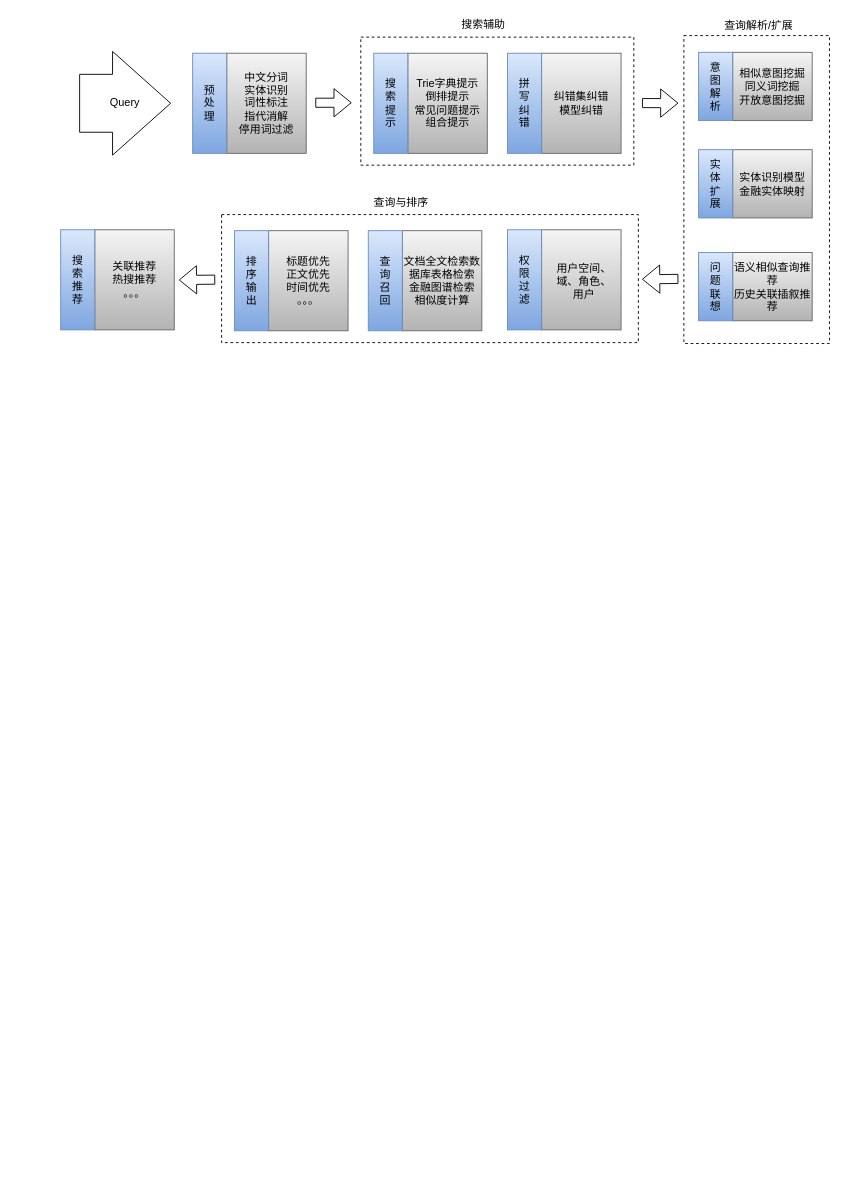
Earlier version of the draw.io diagram nlp/QA.drawio (MMMLMF/notes). Source tidied: cells renumbered, new cells numbered last; positions are measured from the earlier drawing's top-left corner, leaving out a move shared by most shapes. Both pictures are drawn from the tidied source at 91%, with x=0, y=0 at pixel (55, 15).
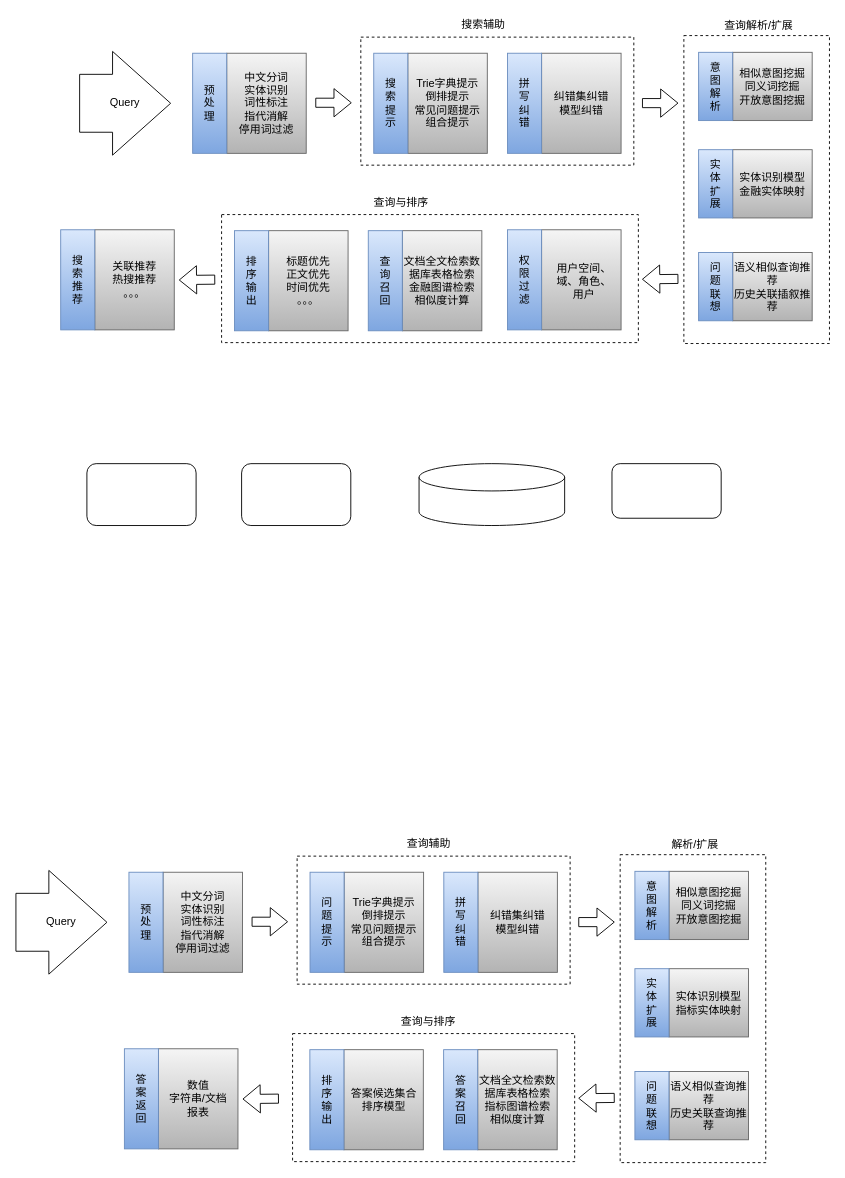
Above is the later version.

What changed in the source:
```diff
@@
+    <mxCell id="63" style="rounded=0;whiteSpace=wrap;html=1;shadow=0;fillColor=none;dashed=1;" parent="1" vertex="1">
+      <mxGeometry x="621" y="921.7" width="160" height="338.4" as="geometry" />
+    </mxCell>
@@
+    <mxCell id="64" style="group;" parent="1" vertex="1">
+      <mxGeometry x="75" y="941" width="145" height="110" as="geometry" />
+    </mxCell>
+    <mxCell id="65" style="rounded=0;whiteSpace=wrap;html=1;shadow=0;gradientColor=#b3b3b3;fillColor=#f5f5f5;strokeColor=#666666;" parent="64" vertex="1">
+      <mxGeometry x="43.7" width="87.3" height="110" as="geometry" />
+    </mxCell>
+    <mxCell id="66" style="rounded=0;whiteSpace=wrap;html=1;shadow=0;fillColor=#dae8fc;strokeColor=#6c8ebf;gradientColor=#7ea6e0;" parent="64" vertex="1">
+      <mxGeometry x="6.2" width="37.4" height="110" as="geometry" />
+    </mxCell>
+    <mxCell id="67" value="预处理" style="text;html=1;strokeColor=none;fillColor=none;align=center;verticalAlign=middle;whiteSpace=wrap;rounded=0;shadow=0;" parent="64" vertex="1">
+      <mxGeometry x="19.9" y="39.3" width="10.1" height="31.4" as="geometry" />
+    </mxCell>
+    <mxCell id="68" value="中文分词&lt;br&gt;实体识别&lt;br&gt;词性标注&lt;br&gt;指代消解&lt;br&gt;停用词过滤" style="text;html=1;strokeColor=none;fillColor=none;align=center;verticalAlign=middle;whiteSpace=wrap;rounded=0;shadow=0;" parent="64" vertex="1">
+      <mxGeometry x="41.1" y="45" width="92.5" height="20" as="geometry" />
+    </mxCell>
+    <mxCell id="69" style="rounded=1;whiteSpace=wrap;html=1;shadow=0;fillColor=none;" parent="1" vertex="1">
+      <mxGeometry x="35" y="492" width="120" height="68" as="geometry" />
+    </mxCell>
+    <mxCell id="70" style="group;" parent="1" vertex="1">
+      <mxGeometry x="274" y="941" width="290" height="120" as="geometry" />
+    </mxCell>
+    <mxCell id="71" style="rounded=0;whiteSpace=wrap;html=1;shadow=0;fillColor=none;dashed=1;" parent="70" vertex="1">
+      <mxGeometry x="-8" y="-17.7" width="300" height="140.7" as="geometry" />
+    </mxCell>
+    <mxCell id="72" style="rounded=0;whiteSpace=wrap;html=1;shadow=0;gradientColor=#b3b3b3;fillColor=#f5f5f5;strokeColor=#666666;" parent="70" vertex="1">
+      <mxGeometry x="43.7" width="87.3" height="110" as="geometry" />
+    </mxCell>
+    <mxCell id="73" style="rounded=0;whiteSpace=wrap;html=1;shadow=0;fillColor=#dae8fc;strokeColor=#6c8ebf;gradientColor=#7ea6e0;" parent="70" vertex="1">
+      <mxGeometry x="6.2" width="37.4" height="110" as="geometry" />
+    </mxCell>
+    <mxCell id="74" value="问题提示" style="text;html=1;strokeColor=none;fillColor=none;align=center;verticalAlign=middle;whiteSpace=wrap;rounded=0;shadow=0;" parent="70" vertex="1">
+      <mxGeometry x="14.9" y="39.3" width="20" height="31.4" as="geometry" />
+    </mxCell>
+    <mxCell id="75" value="Trie字典提示&lt;br&gt;倒排提示&lt;br&gt;常见问题提示&lt;br&gt;组合提示" style="text;html=1;strokeColor=none;fillColor=none;align=center;verticalAlign=middle;whiteSpace=wrap;rounded=0;shadow=0;" parent="70" vertex="1">
+      <mxGeometry x="41.1" y="45" width="92.5" height="20" as="geometry" />
+    </mxCell>
+    <mxCell id="76" style="rounded=1;whiteSpace=wrap;html=1;shadow=0;fillColor=none;" parent="1" vertex="1">
+      <mxGeometry x="205" y="492" width="120" height="68" as="geometry" />
+    </mxCell>
+    <mxCell id="77" style="group;" parent="1" vertex="1">
+      <mxGeometry x="421" y="941" width="145" height="110" as="geometry" />
+    </mxCell>
+    <mxCell id="78" style="rounded=0;whiteSpace=wrap;html=1;shadow=0;gradientColor=#b3b3b3;fillColor=#f5f5f5;strokeColor=#666666;" parent="77" vertex="1">
+      <mxGeometry x="43.7" width="87.3" height="110" as="geometry" />
+    </mxCell>
+    <mxCell id="79" style="rounded=0;whiteSpace=wrap;html=1;shadow=0;fillColor=#dae8fc;strokeColor=#6c8ebf;gradientColor=#7ea6e0;" parent="77" vertex="1">
+      <mxGeometry x="6.2" width="37.4" height="110" as="geometry" />
+    </mxCell>
+    <mxCell id="80" value="拼写纠错" style="text;html=1;strokeColor=none;fillColor=none;align=center;verticalAlign=middle;whiteSpace=wrap;rounded=0;shadow=0;" parent="77" vertex="1">
+      <mxGeometry x="14.9" y="39.3" width="20" height="31.4" as="geometry" />
+    </mxCell>
+    <mxCell id="81" value="纠错集纠错&lt;br&gt;模型纠错" style="text;html=1;strokeColor=none;fillColor=none;align=center;verticalAlign=middle;whiteSpace=wrap;rounded=0;shadow=0;" parent="77" vertex="1">
+      <mxGeometry x="41.1" y="45" width="92.5" height="20" as="geometry" />
+    </mxCell>
+    <mxCell id="82" style="rounded=1;whiteSpace=wrap;html=1;shadow=0;fillColor=none;" parent="1" vertex="1">
+      <mxGeometry x="612" y="492" width="120" height="60" as="geometry" />
+    </mxCell>
+    <mxCell id="83" value="查询辅助" style="text;html=1;strokeColor=none;fillColor=none;align=center;verticalAlign=middle;whiteSpace=wrap;rounded=0;shadow=0;dashed=1;" parent="1" vertex="1">
+      <mxGeometry x="380.5" y="900" width="60" height="20" as="geometry" />
+    </mxCell>
+    <mxCell id="84" style="shape=cylinder3;whiteSpace=wrap;html=1;boundedLbl=1;backgroundOutline=1;size=15;rounded=0;shadow=0;fillColor=none;" parent="1" vertex="1">
+      <mxGeometry x="400" y="492" width="160" height="68" as="geometry" />
+    </mxCell>
+    <mxCell id="85" style="group;" parent="1" vertex="1">
+      <mxGeometry x="631" y="940" width="145" height="75" as="geometry" />
+    </mxCell>
+    <mxCell id="86" style="rounded=0;whiteSpace=wrap;html=1;shadow=0;gradientColor=#b3b3b3;fillColor=#f5f5f5;strokeColor=#666666;" parent="85" vertex="1">
+      <mxGeometry x="43.7" width="87.3" height="75" as="geometry" />
+    </mxCell>
+    <mxCell id="87" style="rounded=0;whiteSpace=wrap;html=1;shadow=0;fillColor=#dae8fc;strokeColor=#6c8ebf;gradientColor=#7ea6e0;" parent="85" vertex="1">
+      <mxGeometry x="6.2" width="37.4" height="75" as="geometry" />
+    </mxCell>
+    <mxCell id="88" value="意图解析" style="text;html=1;strokeColor=none;fillColor=none;align=center;verticalAlign=middle;whiteSpace=wrap;rounded=0;shadow=0;" parent="85" vertex="1">
+      <mxGeometry x="14.9" y="26.8" width="20" height="21.4" as="geometry" />
+    </mxCell>
+    <mxCell id="89" value="相似意图挖掘&lt;br&gt;同义词挖掘&lt;br&gt;开放意图挖掘" style="text;html=1;strokeColor=none;fillColor=none;align=center;verticalAlign=middle;whiteSpace=wrap;rounded=0;shadow=0;" parent="85" vertex="1">
+      <mxGeometry x="41.1" y="30.7" width="92.5" height="13.6" as="geometry" />
+    </mxCell>
+    <mxCell id="90" style="group;" parent="1" vertex="1">
+      <mxGeometry x="631" y="1047" width="145" height="75" as="geometry" />
+    </mxCell>
+    <mxCell id="91" style="rounded=0;whiteSpace=wrap;html=1;shadow=0;gradientColor=#b3b3b3;fillColor=#f5f5f5;strokeColor=#666666;" parent="90" vertex="1">
+      <mxGeometry x="43.7" width="87.3" height="75" as="geometry" />
+    </mxCell>
+    <mxCell id="92" style="rounded=0;whiteSpace=wrap;html=1;shadow=0;fillColor=#dae8fc;strokeColor=#6c8ebf;gradientColor=#7ea6e0;" parent="90" vertex="1">
+      <mxGeometry x="6.2" width="37.4" height="75" as="geometry" />
+    </mxCell>
+    <mxCell id="93" value="实体扩展" style="text;html=1;strokeColor=none;fillColor=none;align=center;verticalAlign=middle;whiteSpace=wrap;rounded=0;shadow=0;" parent="90" vertex="1">
+      <mxGeometry x="14.9" y="26.8" width="20" height="21.4" as="geometry" />
+    </mxCell>
+    <mxCell id="94" value="实体识别模型&lt;br&gt;指标实体映射" style="text;html=1;strokeColor=none;fillColor=none;align=center;verticalAlign=middle;whiteSpace=wrap;rounded=0;shadow=0;" parent="90" vertex="1">
+      <mxGeometry x="41.1" y="30.7" width="92.5" height="13.6" as="geometry" />
+    </mxCell>
+    <mxCell id="95" style="group;" parent="1" vertex="1">
+      <mxGeometry x="631" y="1160" width="145" height="75" as="geometry" />
+    </mxCell>
+    <mxCell id="96" style="rounded=0;whiteSpace=wrap;html=1;shadow=0;gradientColor=#b3b3b3;fillColor=#f5f5f5;strokeColor=#666666;" parent="95" vertex="1">
+      <mxGeometry x="43.7" width="87.3" height="75" as="geometry" />
+    </mxCell>
+    <mxCell id="97" style="rounded=0;whiteSpace=wrap;html=1;shadow=0;fillColor=#dae8fc;strokeColor=#6c8ebf;gradientColor=#7ea6e0;" parent="95" vertex="1">
+      <mxGeometry x="6.2" width="37.4" height="75" as="geometry" />
+    </mxCell>
+    <mxCell id="98" value="问题联想" style="text;html=1;strokeColor=none;fillColor=none;align=center;verticalAlign=middle;whiteSpace=wrap;rounded=0;shadow=0;" parent="95" vertex="1">
+      <mxGeometry x="14.9" y="26.8" width="20" height="21.4" as="geometry" />
+    </mxCell>
+    <mxCell id="99" value="语义相似查询推荐&lt;br&gt;历史关联查询推荐" style="text;html=1;strokeColor=none;fillColor=none;align=center;verticalAlign=middle;whiteSpace=wrap;rounded=0;shadow=0;" parent="95" vertex="1">
+      <mxGeometry x="41.1" y="30.7" width="92.5" height="13.6" as="geometry" />
+    </mxCell>
+    <mxCell id="100" style="group;" parent="1" vertex="1">
+      <mxGeometry x="121" y="1136" width="450" height="123" as="geometry" />
+    </mxCell>
+    <mxCell id="101" style="rounded=0;whiteSpace=wrap;html=1;shadow=0;fillColor=none;dashed=1;" parent="100" vertex="1">
+      <mxGeometry x="140" y="-17.7" width="310" height="140.7" as="geometry" />
+    </mxCell>
+    <mxCell id="102" style="rounded=0;whiteSpace=wrap;html=1;shadow=0;gradientColor=#b3b3b3;fillColor=#f5f5f5;strokeColor=#666666;" parent="100" vertex="1">
+      <mxGeometry x="196.4" width="87.3" height="110" as="geometry" />
+    </mxCell>
+    <mxCell id="103" style="rounded=0;whiteSpace=wrap;html=1;shadow=0;fillColor=#dae8fc;strokeColor=#6c8ebf;gradientColor=#7ea6e0;" parent="100" vertex="1">
+      <mxGeometry x="159" width="37.4" height="110" as="geometry" />
+    </mxCell>
+    <mxCell id="104" value="排序输出" style="text;html=1;strokeColor=none;fillColor=none;align=center;verticalAlign=middle;whiteSpace=wrap;rounded=0;shadow=0;" parent="100" vertex="1">
+      <mxGeometry x="167.7" y="39.3" width="20" height="31.4" as="geometry" />
+    </mxCell>
+    <mxCell id="105" value="答案候选集合&lt;br&gt;排序模型" style="text;html=1;strokeColor=none;fillColor=none;align=center;verticalAlign=middle;whiteSpace=wrap;rounded=0;shadow=0;" parent="100" vertex="1">
+      <mxGeometry x="193.8" y="45" width="92.5" height="20" as="geometry" />
+    </mxCell>
+    <mxCell id="106" style="group;" parent="100" vertex="1">
+      <mxGeometry x="299.8" width="145" height="110" as="geometry" />
+    </mxCell>
+    <mxCell id="107" style="rounded=0;whiteSpace=wrap;html=1;shadow=0;gradientColor=#b3b3b3;fillColor=#f5f5f5;strokeColor=#666666;" parent="106" vertex="1">
+      <mxGeometry x="43.7" width="87.3" height="110" as="geometry" />
+    </mxCell>
+    <mxCell id="108" style="rounded=0;whiteSpace=wrap;html=1;shadow=0;fillColor=#dae8fc;strokeColor=#6c8ebf;gradientColor=#7ea6e0;" parent="106" vertex="1">
+      <mxGeometry x="6.2" width="37.4" height="110" as="geometry" />
+    </mxCell>
+    <mxCell id="109" value="答案召回" style="text;html=1;strokeColor=none;fillColor=none;align=center;verticalAlign=middle;whiteSpace=wrap;rounded=0;shadow=0;" parent="106" vertex="1">
+      <mxGeometry x="14.9" y="39.3" width="20" height="31.4" as="geometry" />
+    </mxCell>
+    <mxCell id="110" value="文档全文检索数据库表格检索&lt;br&gt;指标图谱检索&lt;br&gt;相似度计算" style="text;html=1;strokeColor=none;fillColor=none;align=center;verticalAlign=middle;whiteSpace=wrap;rounded=0;shadow=0;" parent="106" vertex="1">
+      <mxGeometry x="41.1" y="45" width="92.5" height="20" as="geometry" />
+    </mxCell>
+    <mxCell id="111" style="group;" parent="100" vertex="1">
+      <mxGeometry x="-51" y="-1" width="145" height="110" as="geometry" />
+    </mxCell>
+    <mxCell id="112" style="rounded=0;whiteSpace=wrap;html=1;shadow=0;gradientColor=#b3b3b3;fillColor=#f5f5f5;strokeColor=#666666;" parent="111" vertex="1">
+      <mxGeometry x="43.7" width="87.3" height="110" as="geometry" />
+    </mxCell>
+    <mxCell id="113" style="rounded=0;whiteSpace=wrap;html=1;shadow=0;fillColor=#dae8fc;strokeColor=#6c8ebf;gradientColor=#7ea6e0;" parent="111" vertex="1">
+      <mxGeometry x="6.2" width="37.4" height="110" as="geometry" />
+    </mxCell>
+    <mxCell id="114" value="答案返回" style="text;html=1;strokeColor=none;fillColor=none;align=center;verticalAlign=middle;whiteSpace=wrap;rounded=0;shadow=0;" parent="111" vertex="1">
+      <mxGeometry x="14.9" y="39.3" width="20" height="31.4" as="geometry" />
+    </mxCell>
+    <mxCell id="115" value="数值&lt;br&gt;字符串/文档&lt;br&gt;报表" style="text;html=1;strokeColor=none;fillColor=none;align=center;verticalAlign=middle;whiteSpace=wrap;rounded=0;shadow=0;" parent="111" vertex="1">
+      <mxGeometry x="41.1" y="45" width="92.5" height="20" as="geometry" />
+    </mxCell>
+    <mxCell id="116" style="shape=flexArrow;endArrow=classic;html=1;" parent="100" edge="1">
+      <mxGeometry relative="1" as="geometry">
+        <mxPoint x="125" y="53.8" as="sourcePoint" />
+        <mxPoint x="85" y="54.2" as="targetPoint" />
+      </mxGeometry>
+    </mxCell>
+    <mxCell id="117" value="查询与排序" style="text;html=1;strokeColor=none;fillColor=none;align=center;verticalAlign=middle;whiteSpace=wrap;rounded=0;shadow=0;dashed=1;" parent="1" vertex="1">
+      <mxGeometry x="374" y="1095" width="73" height="20" as="geometry" />
+    </mxCell>
+    <mxCell id="118" style="shape=flexArrow;endArrow=classic;html=1;" parent="1" edge="1">
+      <mxGeometry relative="1" as="geometry">
+        <mxPoint x="216" y="995.4" as="sourcePoint" />
+        <mxPoint x="256" y="995.4" as="targetPoint" />
+      </mxGeometry>
+    </mxCell>
+    <mxCell id="119" style="shape=flexArrow;endArrow=classic;html=1;" parent="1" edge="1">
+      <mxGeometry relative="1" as="geometry">
+        <mxPoint x="575" y="995.8" as="sourcePoint" />
+        <mxPoint x="615" y="995.8" as="targetPoint" />
+      </mxGeometry>
+    </mxCell>
+    <mxCell id="120" style="shape=flexArrow;endArrow=classic;html=1;" parent="1" edge="1">
+      <mxGeometry relative="1" as="geometry">
+        <mxPoint x="615" y="1189" as="sourcePoint" />
+        <mxPoint x="575" y="1189.4" as="targetPoint" />
+      </mxGeometry>
+    </mxCell>
+    <mxCell id="121" value="解析/扩展" style="text;html=1;strokeColor=none;fillColor=none;align=center;verticalAlign=middle;whiteSpace=wrap;rounded=0;shadow=0;dashed=1;" parent="1" vertex="1">
+      <mxGeometry x="662" y="901" width="83" height="20" as="geometry" />
+    </mxCell>
+    <mxCell id="122" value="Query" style="shape=singleArrow;whiteSpace=wrap;html=1;rounded=0;shadow=0;fillColor=none;arrowWidth=0.5583075335397305;arrowSize=0.638235294117646;" parent="1" vertex="1">
+      <mxGeometry x="-43" y="939" width="100" height="114" as="geometry" />
+    </mxCell>
```
